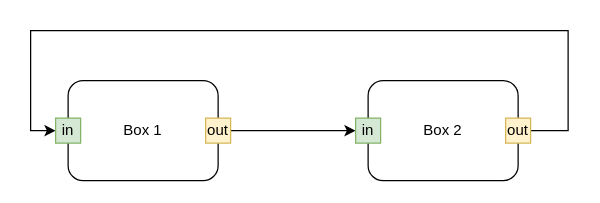
Above: page "201" (2 of 2) of simple.drawio in guitarvydas/transpiling-diagrams (draw.io), before the change. Source tidied: cells renumbered, new cells numbered last; positions are measured from the earlier drawing's top-left corner, leaving out a move shared by most shapes. Both pictures are drawn from the tidied source at 125%, with x=0, y=0 at pixel (30, 30).
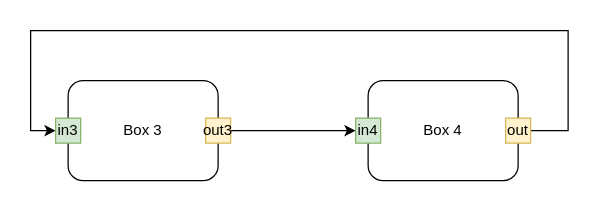
The same page after the edit.

What changed in the source:
```diff
@@
 <mxGraphModel>
   <root>
     <mxCell id="0" />
     <mxCell id="1" parent="0" />
-    <mxCell id="2" value="Box 1" style="rounded=1;whiteSpace=wrap;html=1;align=center;" parent="1" vertex="1">
+    <mxCell id="2" value="Box 3" style="rounded=1;whiteSpace=wrap;html=1;align=center;" parent="1" vertex="1">
       <mxGeometry x="30" y="40" width="120" height="80" as="geometry" />
     </mxCell>
     <mxCell id="3" style="edgeStyle=orthogonalEdgeStyle;rounded=0;jettySize=auto;html=1;entryX=0;entryY=0.5;entryDx=0;entryDy=0;exitX=1;exitY=0.5;exitDx=0;exitDy=0;" parent="1" edge="1" source="7" target="9">
       <mxGeometry relative="1" as="geometry">
         <Array as="points">
           <mxPoint x="430" y="80" />
           <mxPoint x="430" />
           <mxPoint />
           <mxPoint y="80" />
         </Array>
       </mxGeometry>
     </mxCell>
-    <mxCell id="4" value="Box 2" style="rounded=1;whiteSpace=wrap;html=1;align=center;" parent="1" vertex="1">
+    <mxCell id="4" value="Box 4" style="rounded=1;whiteSpace=wrap;html=1;align=center;" parent="1" vertex="1">
       <mxGeometry x="270" y="40" width="120" height="80" as="geometry" />
     </mxCell>
     <mxCell id="5" style="edgeStyle=orthogonalEdgeStyle;rounded=0;jettySize=auto;html=1;exitX=1;exitY=0.5;exitDx=0;exitDy=0;entryX=0;entryY=0.5;entryDx=0;entryDy=0;" parent="1" edge="1" source="6" target="8">
       <mxGeometry relative="1" as="geometry" />
     </mxCell>
-    <mxCell id="6" value="out" style="whiteSpace=wrap;html=1;fillColor=#fff2cc;strokeColor=#d6b656;" parent="1" vertex="1">
+    <mxCell id="6" value="out3" style="whiteSpace=wrap;html=1;fillColor=#fff2cc;strokeColor=#d6b656;" parent="1" vertex="1">
       <mxGeometry x="140" y="70" width="20" height="20" as="geometry" />
     </mxCell>
     <mxCell id="7" value="out" style="whiteSpace=wrap;html=1;fillColor=#fff2cc;strokeColor=#d6b656;" parent="1" vertex="1">
       <mxGeometry x="380" y="70" width="20" height="20" as="geometry" />
     </mxCell>
-    <mxCell id="8" value="in" style="whiteSpace=wrap;html=1;fillColor=#d5e8d4;strokeColor=#82b366;" parent="1" vertex="1">
+    <mxCell id="8" value="in4" style="whiteSpace=wrap;html=1;fillColor=#d5e8d4;strokeColor=#82b366;" parent="1" vertex="1">
       <mxGeometry x="260" y="70" width="20" height="20" as="geometry" />
     </mxCell>
-    <mxCell id="9" value="in" style="whiteSpace=wrap;html=1;fillColor=#d5e8d4;strokeColor=#82b366;" parent="1" vertex="1">
+    <mxCell id="9" value="in3" style="whiteSpace=wrap;html=1;fillColor=#d5e8d4;strokeColor=#82b366;" parent="1" vertex="1">
       <mxGeometry x="20" y="70" width="20" height="20" as="geometry" />
     </mxCell>
   </root>
 </mxGraphModel>
```
